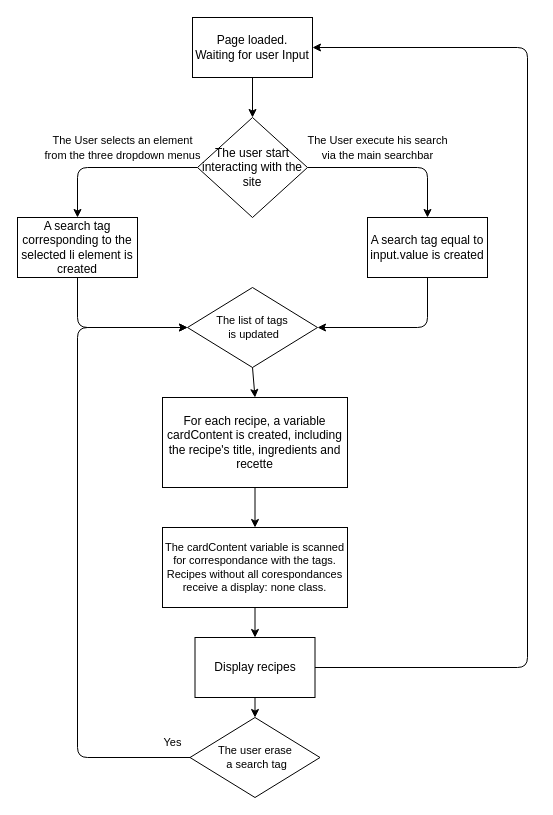
The draw.io diagram Search1.drawio in JulienRebillon/OpenClassrooms-P7, before the edit. Source tidied: cells renumbered, new cells numbered last; positions are measured from the earlier drawing's top-left corner, leaving out a move shared by most shapes. Both pictures are drawn from the tidied source at 100%, with x=0, y=0 at pixel (17, 17).
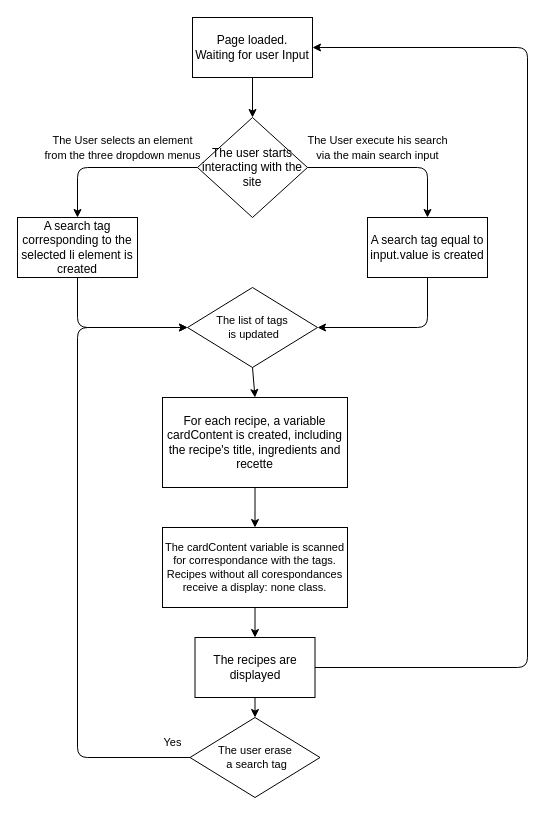
The same page after the edit.

Diff of the diagram source:
```diff
@@
-    <mxCell id="6" value="The user start interacting with the site" style="rhombus;whiteSpace=wrap;html=1;rounded=0;" parent="1" vertex="1">
+    <mxCell id="6" value="The user starts interacting with the site" style="rhombus;whiteSpace=wrap;html=1;rounded=0;" parent="1" vertex="1">
       <mxGeometry x="180" y="100" width="110" height="100" as="geometry" />
     </mxCell>
-    <mxCell id="7" value="Display recipes" style="rounded=0;whiteSpace=wrap;html=1;" parent="1" vertex="1">
+    <mxCell id="7" value="The recipes are displayed" style="rounded=0;whiteSpace=wrap;html=1;" parent="1" vertex="1">
       <mxGeometry x="177.5" y="620" width="120" height="60" as="geometry" />
     </mxCell>
@@
-    <mxCell id="11" value="&lt;font style=&quot;font-size: 11px;&quot;&gt;The User execute his search &lt;br&gt;via the main searchbar&lt;/font&gt;" style="text;html=1;align=center;verticalAlign=middle;strokeColor=none;fillColor=none;" parent="1" vertex="1">
+    <mxCell id="11" value="&lt;font style=&quot;font-size: 11px;&quot;&gt;The User execute his search &lt;br&gt;via the main search input&lt;/font&gt;" style="text;html=1;align=center;verticalAlign=middle;strokeColor=none;fillColor=none;" parent="1" vertex="1">
       <mxGeometry x="280" y="110" width="160" height="40" as="geometry" />
     </mxCell>
```
